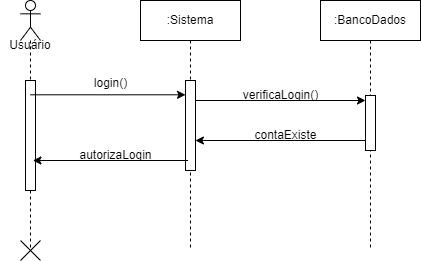
Before: Diagrama_sequencia_logar.png, a diagram exported from draw.io (ThePlano/Projeto-CC5511---ENGENHARIA-DE-SOFTWARE). Source tidied: cells renumbered, new cells last; positions are measured from the earlier drawing's top-left corner, leaving out a move shared by most shapes.
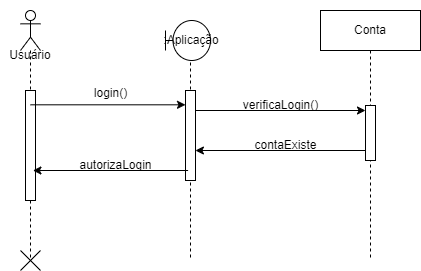
Later version of the same file.

What changed in the source:
```diff
@@ -8,7 +8,7 @@
     <mxCell id="3" style="html=1;points=[];perimeter=orthogonalPerimeter;outlineConnect=0;targetShapes=umlLifeline;portConstraint=eastwest;newEdgeStyle={&quot;edgeStyle&quot;:&quot;elbowEdgeStyle&quot;,&quot;elbow&quot;:&quot;vertical&quot;,&quot;curved&quot;:0,&quot;rounded&quot;:0};" parent="2" vertex="1">
       <mxGeometry x="45" y="80" width="10" height="90" as="geometry" />
     </mxCell>
-    <mxCell id="4" value=":BancoDados" style="shape=umlLifeline;perimeter=lifelinePerimeter;whiteSpace=wrap;html=1;newEdgeStyle={&quot;edgeStyle&quot;:&quot;elbowEdgeStyle&quot;,&quot;elbow&quot;:&quot;vertical&quot;,&quot;curved&quot;:0,&quot;rounded&quot;:0};" parent="1" vertex="1">
+    <mxCell id="4" value="Conta" style="shape=umlLifeline;perimeter=lifelinePerimeter;whiteSpace=wrap;html=1;newEdgeStyle={&quot;edgeStyle&quot;:&quot;elbowEdgeStyle&quot;,&quot;elbow&quot;:&quot;vertical&quot;,&quot;curved&quot;:0,&quot;rounded&quot;:0};" parent="1" vertex="1">
       <mxGeometry x="320" width="100" height="250" as="geometry" />
     </mxCell>
     <mxCell id="5" style="html=1;perimeter=orthogonalPerimeter;targetShapes=umlLifeline;newEdgeStyle={&quot;edgeStyle&quot;:&quot;elbowEdgeStyle&quot;,&quot;elbow&quot;:&quot;vertical&quot;,&quot;curved&quot;:0,&quot;rounded&quot;:0};" parent="4" vertex="1">
@@ -61,5 +61,11 @@
     <mxCell id="17" style="shape=mxgraph.sysml.x;" parent="1" vertex="1">
       <mxGeometry x="20" y="240" width="20" height="20" as="geometry" />
     </mxCell>
+    <mxCell id="18" style="rounded=0;whiteSpace=wrap;html=1;strokeColor=none;" parent="1" vertex="1">
+      <mxGeometry x="130" y="-10" width="120" height="60" as="geometry" />
+    </mxCell>
+    <mxCell id="19" value=":Aplicação" style="shape=umlBoundary;whiteSpace=wrap;html=1;" parent="1" vertex="1">
+      <mxGeometry x="165" y="10" width="45" height="40" as="geometry" />
+    </mxCell>
   </root>
 </mxGraphModel>
```
